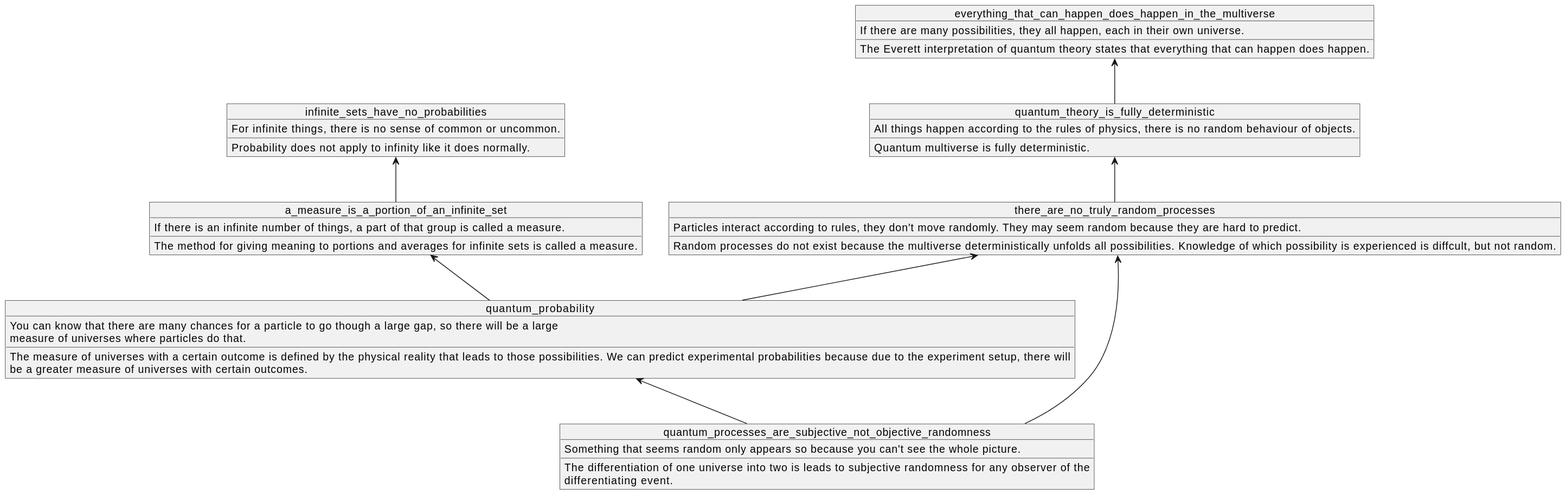
ceramic-sf/ceramic-sf.github.io keeps this PlantUML diagram as docs/assets/images_quick_boi/bolq_diagram_quantum_processes_are_subjective_not_objective_randomness/bolq_diagram_quantum_processes_are_subjective_not_objective_randomness.svg. Above is the earlier version.
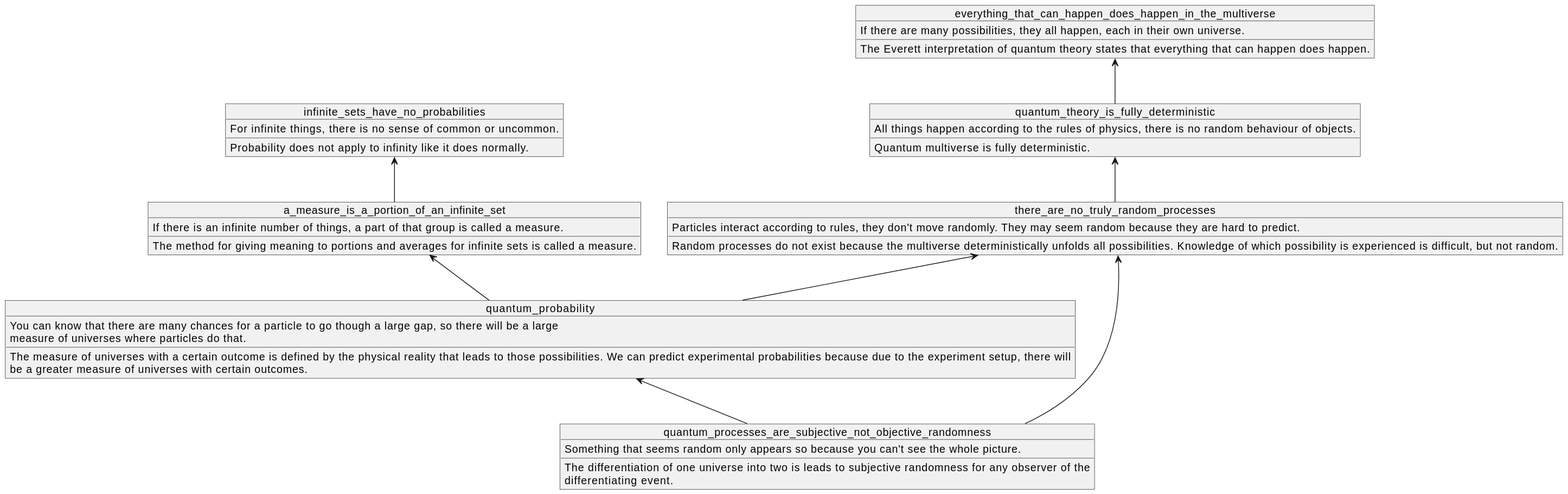
The same diagram one commit later.

Change to the diagram source:
```diff
@@ -12,7 +12,7 @@
 object there_are_no_truly_random_processes {
 Particles interact according to rules, they don't move randomly. They may seem random because they are hard to predict.
 ____
-Random processes do not exist because the multiverse deterministically unfolds all possibilities. Knowledge of which possibility is experienced is diffcult, but not random.
+Random processes do not exist because the multiverse deterministically unfolds all possibilities. Knowledge of which possibility is experienced is difficult, but not random.
 }
 quantum_theory_is_fully_deterministic <-- there_are_no_truly_random_processes
 
```
